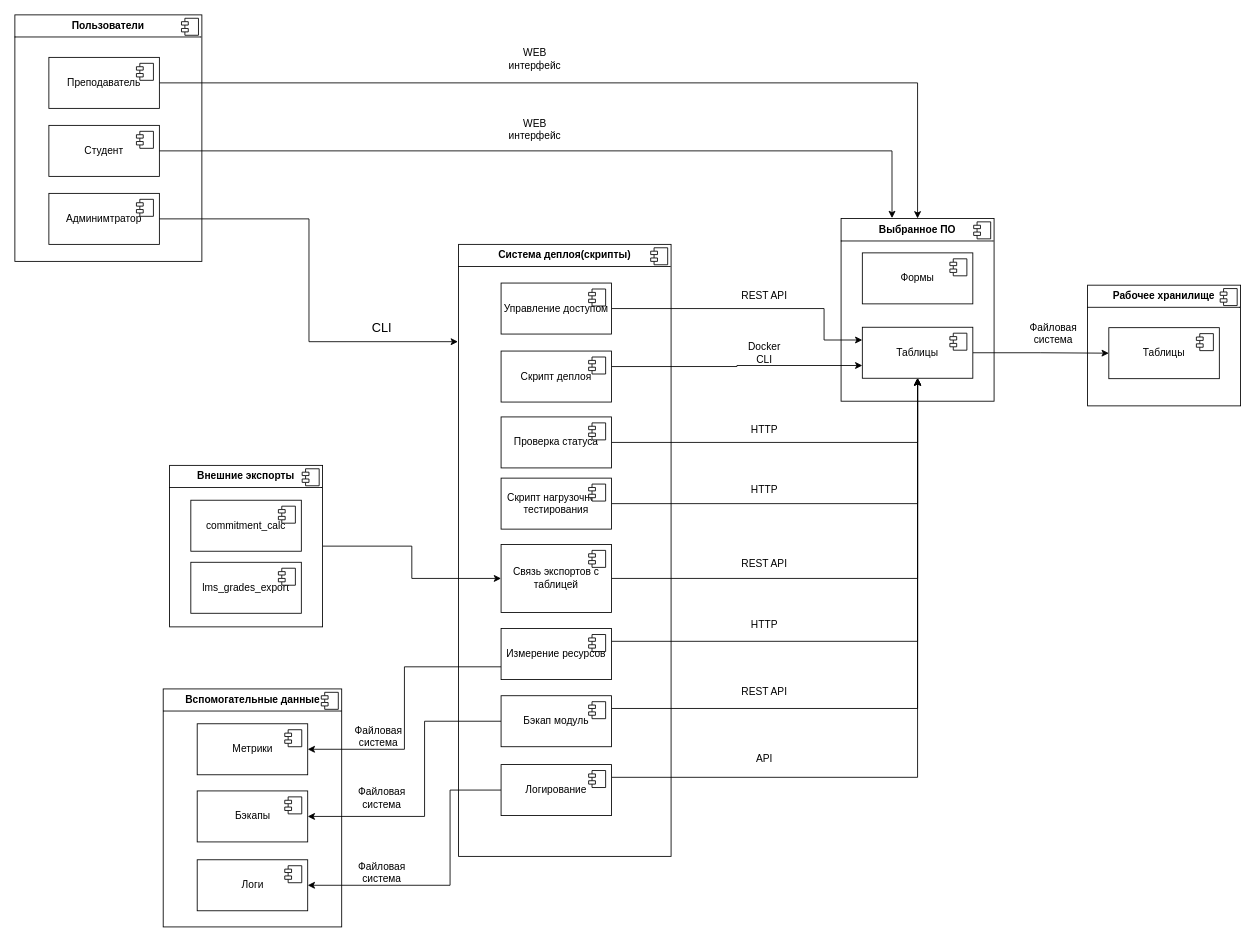
Before: docs/component_diagram.drawio in moevm/mse1h2026-table, a draw.io diagram. Source tidied: cells renumbered, new cells numbered last; positions are measured from the earlier drawing's top-left corner, leaving out a move shared by most shapes. Both pictures are drawn from the tidied source at 85%, with x=0, y=0 at pixel (14, 14).
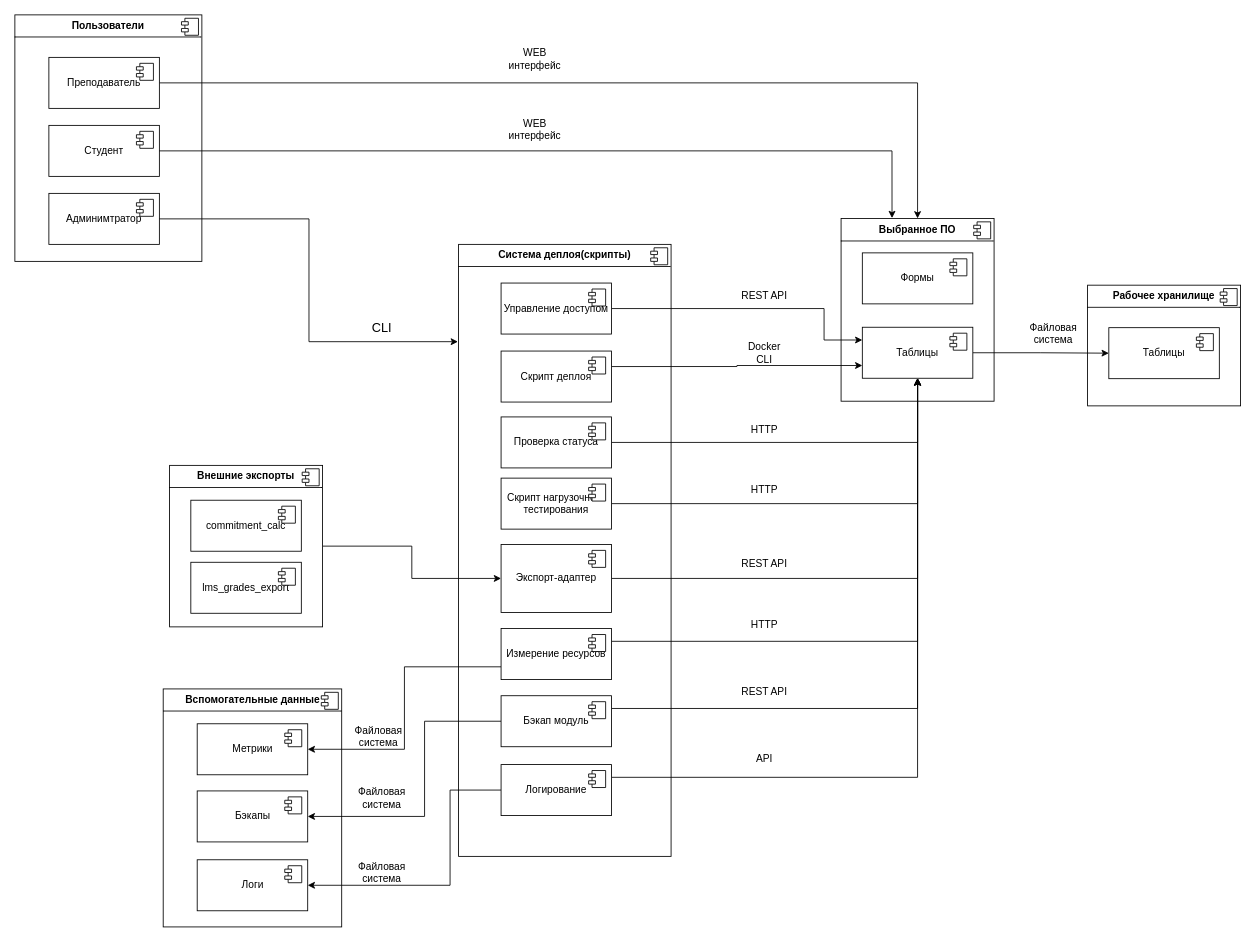
Above is the later version.

Commit message (it also covers changes not shown here):
rename export in scripts

What changed in the source:
```diff
@@
-    <mxCell id="45" value="Связь экcпортов с таблицей" style="html=1;whiteSpace=wrap;" parent="1" vertex="1">
+    <mxCell id="45" value="Экспорт-адаптер" style="html=1;whiteSpace=wrap;" parent="1" vertex="1">
       <mxGeometry x="572" y="623" width="130" height="80" as="geometry" />
     </mxCell>
```
